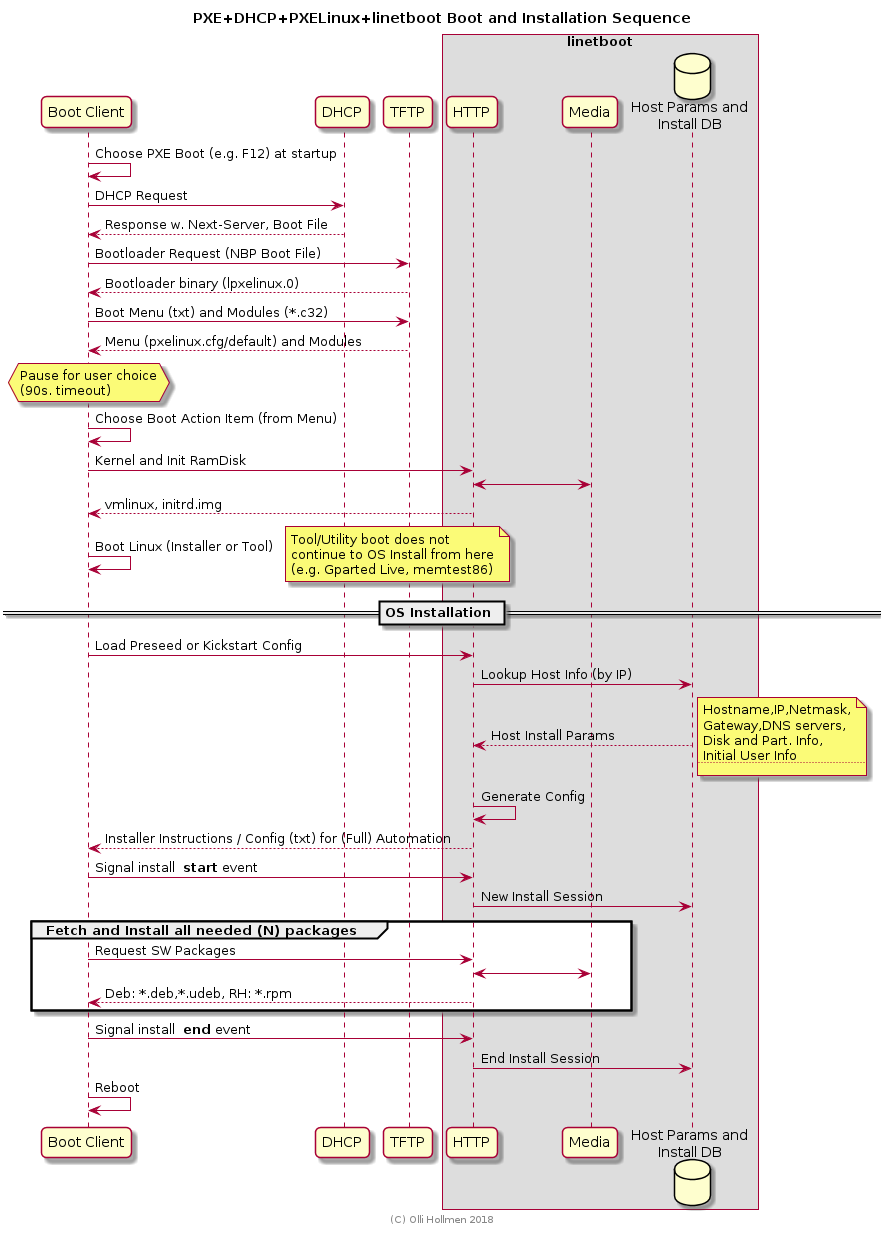
Above: doc/netbootseq.png in ohollmen/linetboot (PlantUML), before the change.
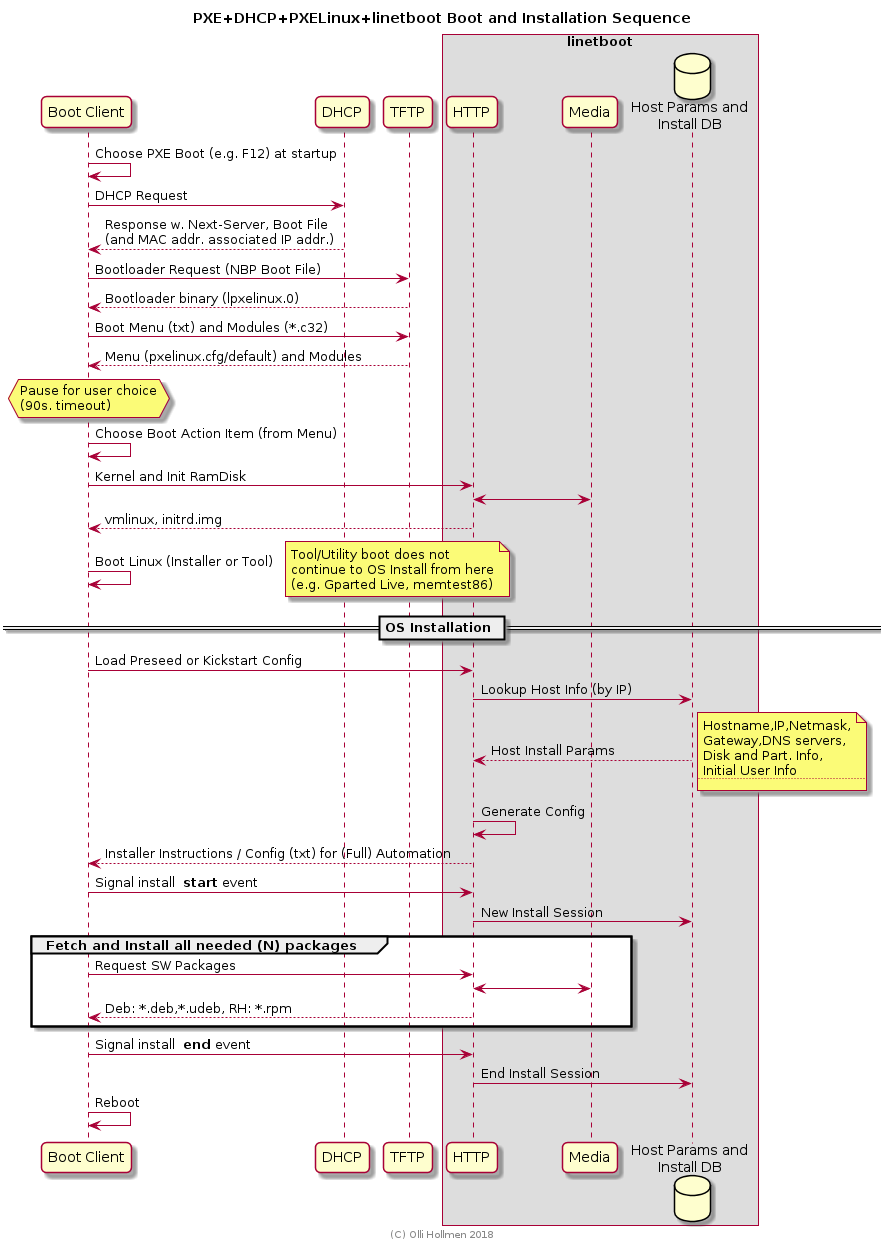
Above is the later version.

Commit message:
Change sequence diagram to emphasize 'MAC addr. associated IP addr.'

What changed in the source:
```diff
@@ -15,7 +15,7 @@
 
 Client -> Client: Choose PXE Boot (e.g. F12) at startup
 Client -> DHCP: DHCP Request
-DHCP --> Client: Response w. Next-Server, Boot File
+DHCP --> Client: Response w. Next-Server, Boot File\n(and MAC addr. associated IP addr.)
 
 Client -> TFTP: Bootloader Request (NBP Boot File)
 Client <-- TFTP: Bootloader binary (lpxelinux.0)
```
